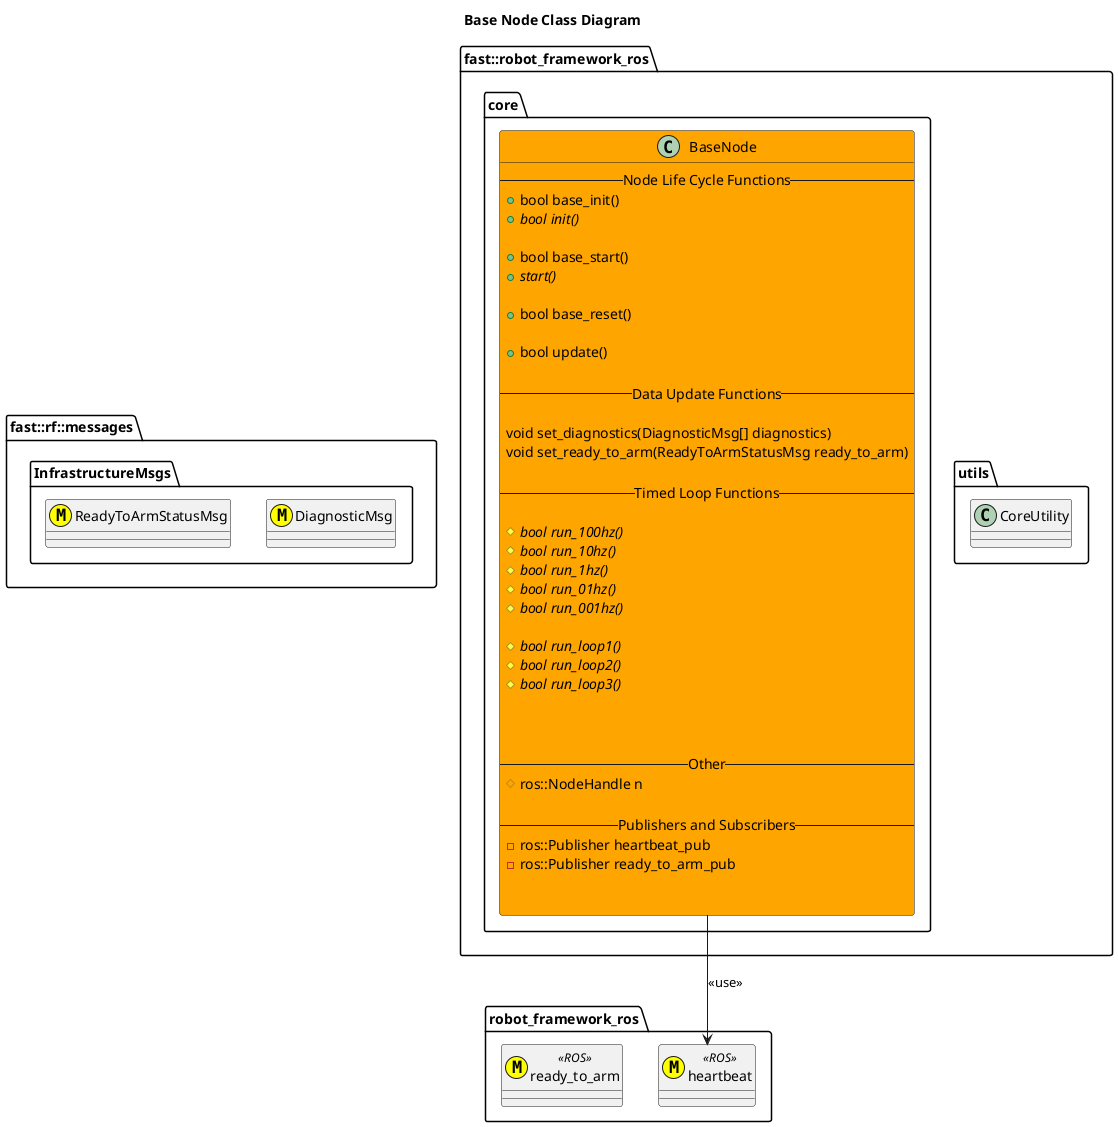
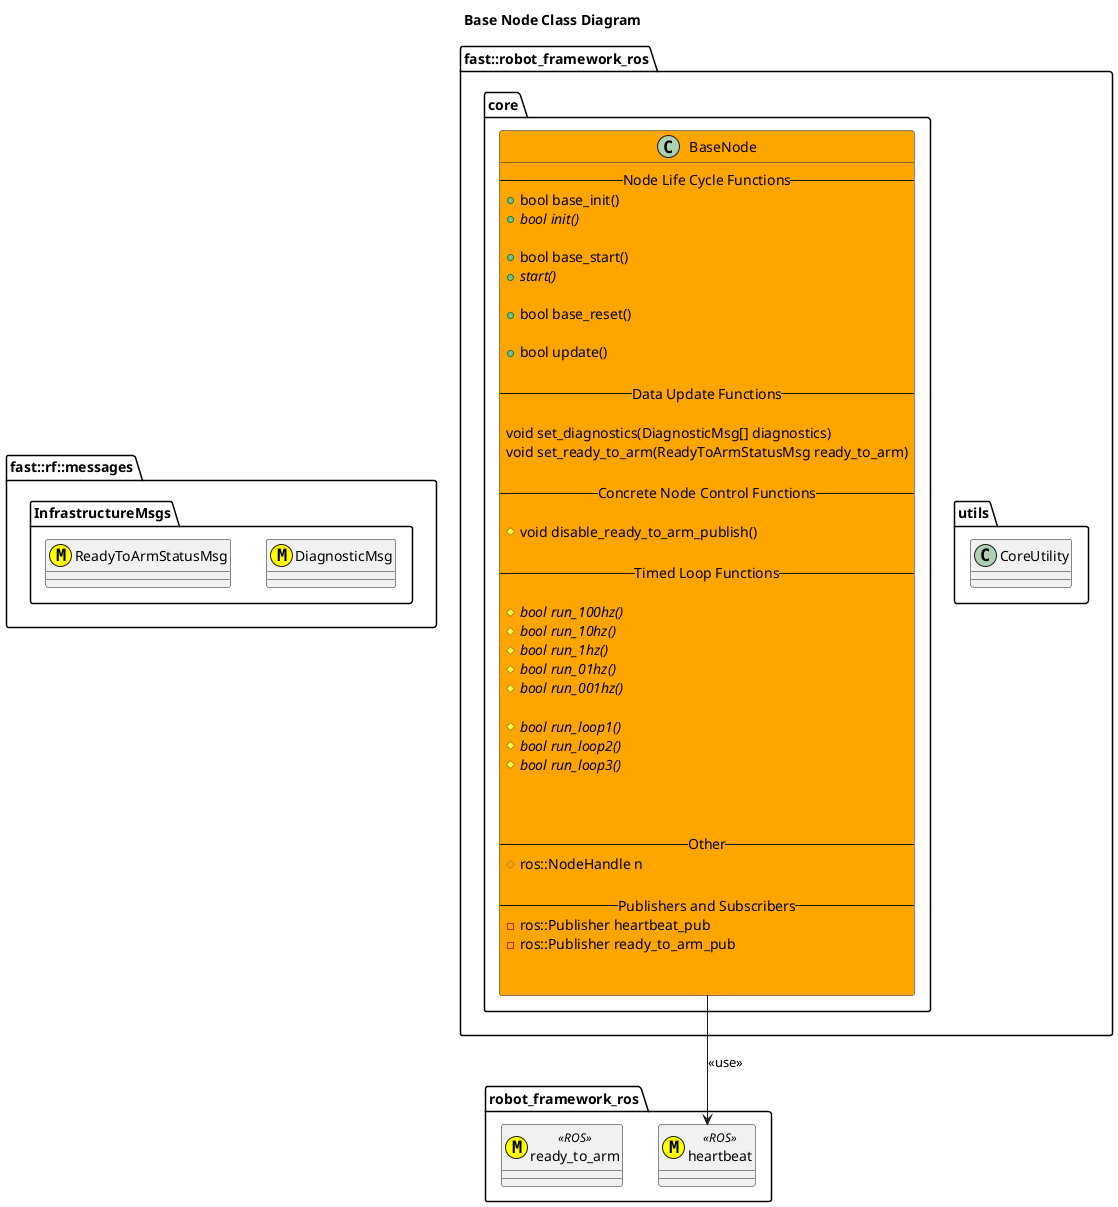
@startuml
title Base Node Class Diagram
namespace fast::rf::messages {
    namespace InfrastructureMsgs {
        class DiagnosticMsg <<(M,#FFFF00)>>
        class ReadyToArmStatusMsg <<(M,#FFFF00)>>
    }
}
namespace robot_framework_ros {
    class heartbeat <<(M,#FFFF00)>> <<ROS>>
    class ready_to_arm <<(M,#FFFF00)>> <<ROS>>
}
namespace fast::robot_framework_ros {
    namespace utils {
        class CoreUtility
    }
    namespace core {
        class BaseNode #Orange{
            --Node Life Cycle Functions--
            +bool base_init()
            +{abstract} bool init()

            +bool base_start()
            +{abstract} start()

            +bool base_reset()

            +bool update()

            --Data Update Functions--

            void set_diagnostics(DiagnosticMsg[] diagnostics)
            void set_ready_to_arm(ReadyToArmStatusMsg ready_to_arm)

+             --Concrete Node Control Functions--
+ 
+             #void disable_ready_to_arm_publish()
+ 
            --Timed Loop Functions--

            #{abstract} bool run_100hz()
            #{abstract} bool run_10hz()
            #{abstract} bool run_1hz()
            #{abstract} bool run_01hz()
            #{abstract} bool run_001hz()

            #{abstract} bool run_loop1()
            #{abstract} bool run_loop2()
            #{abstract} bool run_loop3()



            --Other--
            #ros::NodeHandle n

            --Publishers and Subscribers--
            -ros::Publisher heartbeat_pub
            -ros::Publisher ready_to_arm_pub


        }
        BaseNode --> heartbeat: <<use>>

    }
}
@enduml